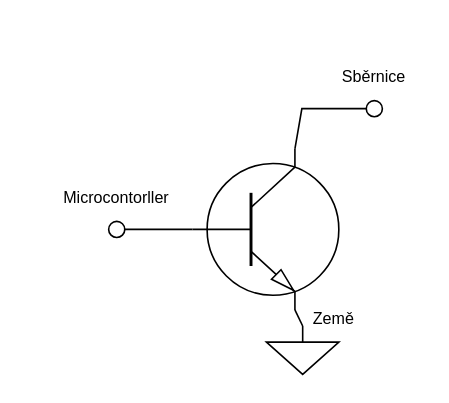
Earlier version of the draw.io diagram doc/other-files/open_drain.drawio (xonder05/ROS2_For_Adeept_AWR). Source tidied: cells renumbered, new cells numbered last; positions are measured from the earlier drawing's top-left corner, leaving out a move shared by most shapes. Both pictures are drawn from the tidied source at 161%, with x=0, y=0 at pixel (68, 52).
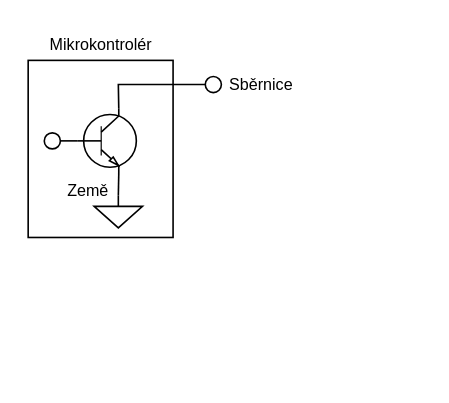
After the change.

Change to the diagram source:
```diff
@@
 <mxGraphModel>
   <root>
     <mxCell id="0" />
     <mxCell id="1" parent="0" />
+    <mxCell id="12" style="whiteSpace=wrap;html=1;fillColor=none;" parent="1" vertex="1">
+      <mxGeometry x="-25" y="5" width="90" height="110" as="geometry" />
+    </mxCell>
     <mxCell id="2" style="verticalLabelPosition=bottom;shadow=0;dashed=0;align=center;html=1;verticalAlign=top;shape=mxgraph.electrical.transistors.npn_transistor_1;" parent="1" vertex="1">
-      <mxGeometry x="75" y="60" width="95" height="100" as="geometry" />
+      <mxGeometry x="5" y="35" width="38" height="40" as="geometry" />
     </mxCell>
     <mxCell id="3" style="verticalLabelPosition=bottom;shadow=0;dashed=0;align=center;html=1;verticalAlign=top;shape=mxgraph.electrical.signal_sources.signal_ground;" parent="1" vertex="1">
-      <mxGeometry x="123" y="170" width="45" height="30" as="geometry" />
+      <mxGeometry x="16" y="89" width="30" height="20" as="geometry" />
     </mxCell>
     <mxCell id="4" style="verticalLabelPosition=bottom;shadow=0;dashed=0;align=center;html=1;verticalAlign=top;strokeWidth=1;shape=ellipse;" parent="1" vertex="1">
-      <mxGeometry x="25" y="105" width="10" height="10" as="geometry" />
+      <mxGeometry x="-15" y="50" width="10" height="10" as="geometry" />
     </mxCell>
     <mxCell id="5" style="endArrow=none;html=1;rounded=0;entryX=0;entryY=0.5;entryDx=0;entryDy=0;entryPerimeter=0;exitX=1;exitY=0.5;exitDx=0;exitDy=0;" parent="1" edge="1" source="4" target="2">
       <mxGeometry relative="1" as="geometry" />
     </mxCell>
     <mxCell id="6" style="endArrow=none;html=1;rounded=0;entryX=0.7;entryY=1;entryDx=0;entryDy=0;entryPerimeter=0;exitX=0.5;exitY=0;exitDx=0;exitDy=0;exitPerimeter=0;" parent="1" edge="1" source="3" target="2">
       <mxGeometry relative="1" as="geometry" />
     </mxCell>
     <mxCell id="7" style="verticalLabelPosition=bottom;shadow=0;dashed=0;align=center;html=1;verticalAlign=top;strokeWidth=1;shape=ellipse;" parent="1" vertex="1">
-      <mxGeometry x="185" y="30" width="10" height="10" as="geometry" />
+      <mxGeometry x="85" y="15" width="10" height="10" as="geometry" />
     </mxCell>
     <mxCell id="8" style="endArrow=none;html=1;rounded=0;exitX=0.7;exitY=0;exitDx=0;exitDy=0;exitPerimeter=0;entryX=0;entryY=0.5;entryDx=0;entryDy=0;" parent="1" edge="1" source="2" target="7">
       <mxGeometry relative="1" as="geometry">
         <Array as="points">
-          <mxPoint x="145" y="35" />
+          <mxPoint x="31" y="20" />
         </Array>
       </mxGeometry>
     </mxCell>
-    <mxCell id="9" value="Microcontorller" style="text;html=1;strokeColor=none;fillColor=none;align=center;verticalAlign=middle;whiteSpace=wrap;rounded=0;fontSize=10;" parent="1" vertex="1">
-      <mxGeometry y="75" width="60" height="30" as="geometry" />
+    <mxCell id="9" value="Mikrokontrolér" style="text;html=1;strokeColor=none;fillColor=none;align=center;verticalAlign=middle;whiteSpace=wrap;rounded=0;fontSize=10;" parent="1" vertex="1">
+      <mxGeometry x="-17.5" y="-15" width="75" height="20" as="geometry" />
     </mxCell>
     <mxCell id="10" value="Sběrnice" style="text;html=1;strokeColor=none;fillColor=none;align=center;verticalAlign=middle;whiteSpace=wrap;rounded=0;fontSize=10;" parent="1" vertex="1">
-      <mxGeometry x="160" width="60" height="30" as="geometry" />
+      <mxGeometry x="95" y="10" width="50" height="20" as="geometry" />
     </mxCell>
     <mxCell id="11" value="Země" style="text;html=1;strokeColor=none;fillColor=none;align=center;verticalAlign=middle;whiteSpace=wrap;rounded=0;fontSize=10;" parent="1" vertex="1">
-      <mxGeometry x="135" y="150" width="60" height="30" as="geometry" />
+      <mxGeometry x="-5" y="76" width="35" height="19" as="geometry" />
     </mxCell>
   </root>
 </mxGraphModel>
```
